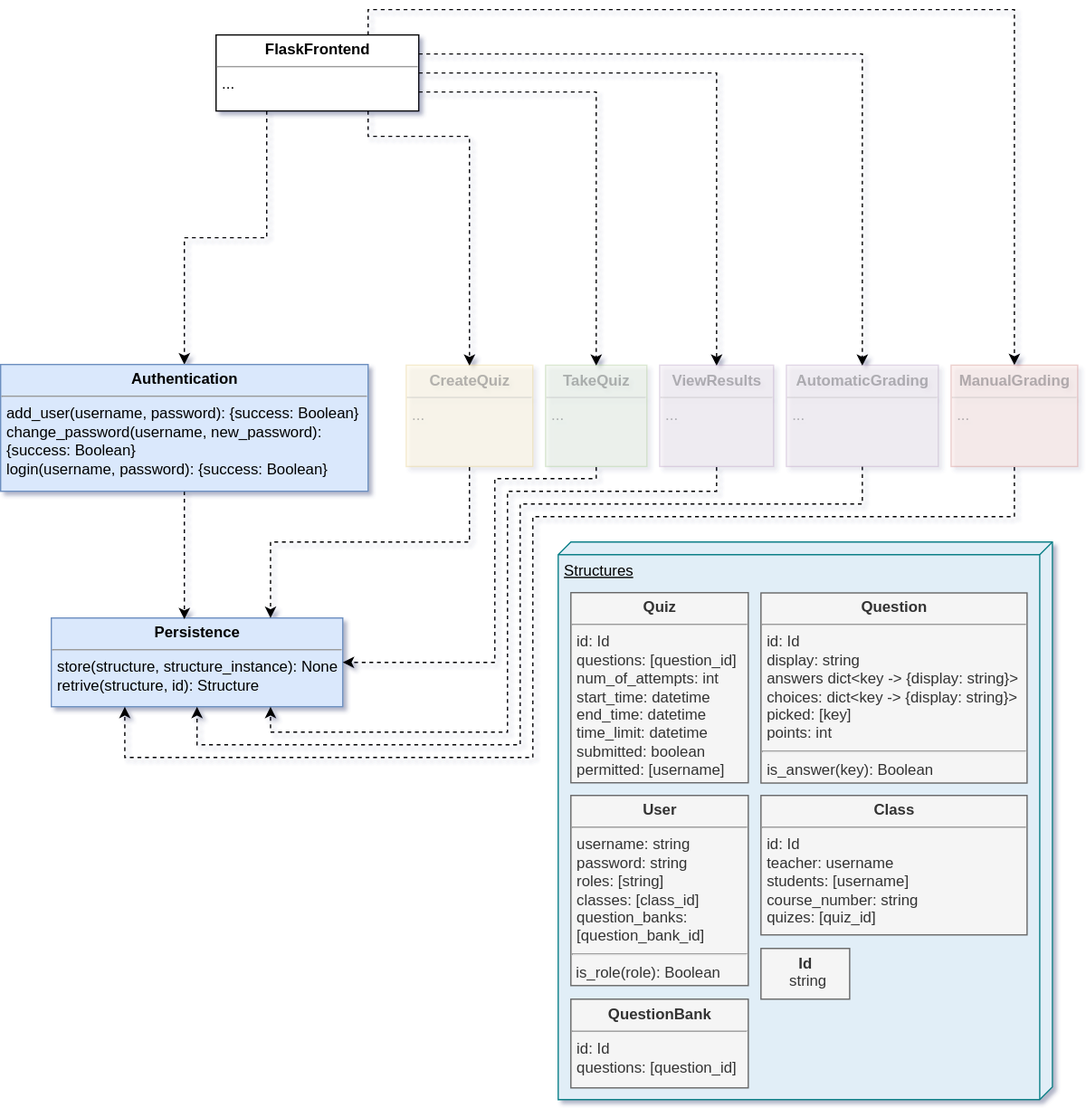
This is docs/uml-ish-diag.svg from KyloMUN/cs2005_group_project, a draw.io export, as it was before one commit. Source tidied: cells renumbered, new cells last; positions are measured from the earlier drawing's top-left corner, leaving out a move shared by most shapes.
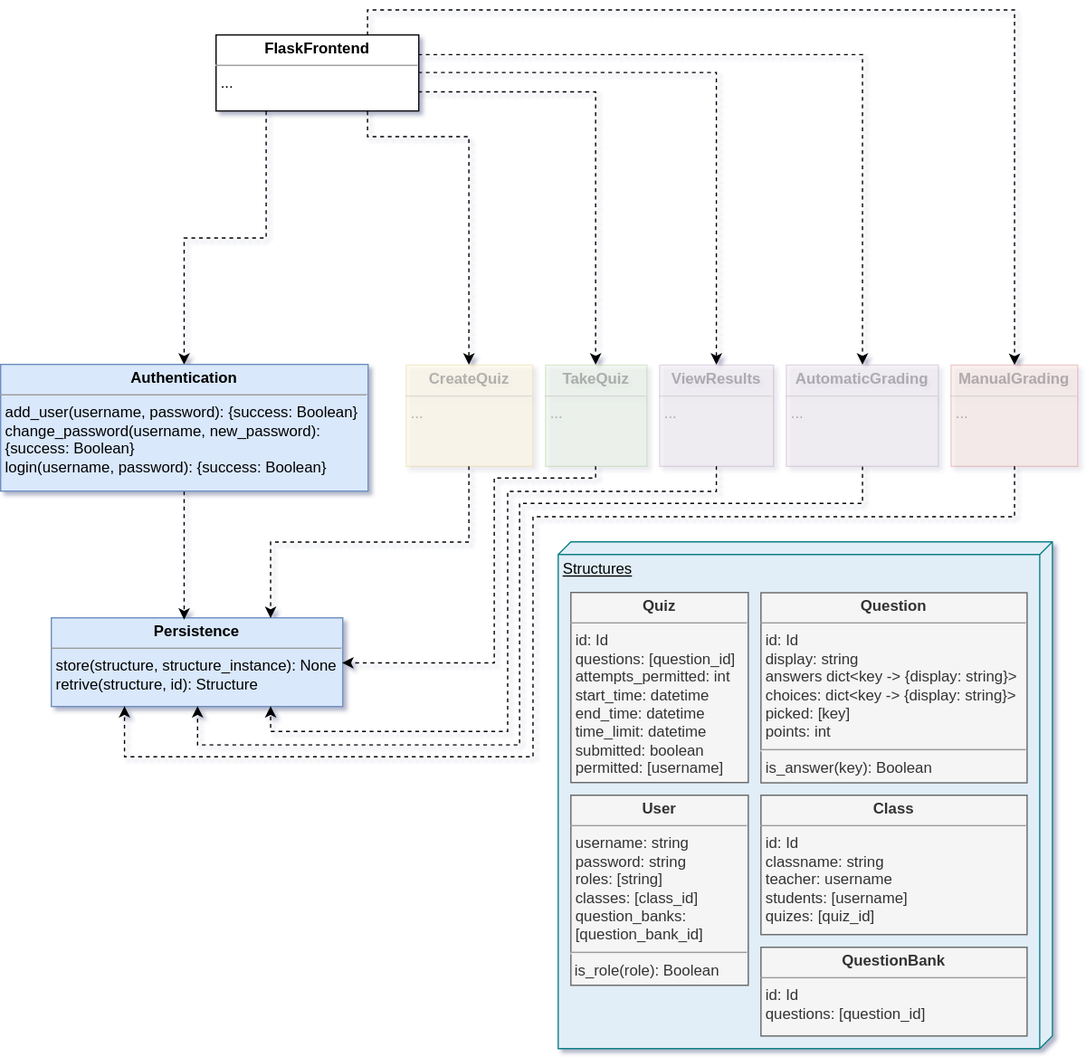
After the commit.

Diff of the diagram source:
```diff
@@ -89,25 +89,22 @@
       <mxGeometry x="750" y="260.5" width="100" height="80" as="geometry" />
     </mxCell>
     <mxCell id="20" value="Structures" style="verticalAlign=top;align=left;spacingTop=8;spacingLeft=2;spacingRight=12;shape=cube;size=10;direction=south;fontStyle=4;html=1;fillColor=#E1EEF7;strokeColor=#0e8088;" parent="1" vertex="1">
-      <mxGeometry x="440" y="400" width="390" height="440" as="geometry" />
+      <mxGeometry x="440" y="400" width="390" height="400" as="geometry" />
     </mxCell>
-    <mxCell id="21" value="&lt;p style=&quot;margin: 0px ; margin-top: 4px ; text-align: center&quot;&gt;&lt;b&gt;Quiz&lt;/b&gt;&lt;/p&gt;&lt;hr size=&quot;1&quot;&gt;&lt;p style=&quot;margin: 0px ; margin-left: 4px&quot;&gt;id: Id&lt;/p&gt;&lt;p style=&quot;margin: 0px ; margin-left: 4px&quot;&gt;questions: [question_id]&lt;/p&gt;&lt;p style=&quot;margin: 0px ; margin-left: 4px&quot;&gt;num_of_attempts: int&lt;/p&gt;&lt;p style=&quot;margin: 0px ; margin-left: 4px&quot;&gt;start_time: datetime&lt;/p&gt;&lt;p style=&quot;margin: 0px ; margin-left: 4px&quot;&gt;end_time: datetime&lt;/p&gt;&lt;p style=&quot;margin: 0px ; margin-left: 4px&quot;&gt;time_limit: datetime&lt;/p&gt;&lt;p style=&quot;margin: 0px ; margin-left: 4px&quot;&gt;submitted: boolean&lt;/p&gt;&lt;p style=&quot;margin: 0px ; margin-left: 4px&quot;&gt;permitted: [username]&lt;/p&gt;" style="verticalAlign=top;align=left;overflow=fill;fontSize=12;fontFamily=Helvetica;html=1;fillColor=#f5f5f5;strokeColor=#666666;fontColor=#333333;" parent="1" vertex="1">
+    <mxCell id="21" value="&lt;p style=&quot;margin: 0px ; margin-top: 4px ; text-align: center&quot;&gt;&lt;b&gt;Quiz&lt;/b&gt;&lt;/p&gt;&lt;hr size=&quot;1&quot;&gt;&lt;p style=&quot;margin: 0px ; margin-left: 4px&quot;&gt;id: Id&lt;/p&gt;&lt;p style=&quot;margin: 0px ; margin-left: 4px&quot;&gt;questions: [question_id]&lt;/p&gt;&lt;p style=&quot;margin: 0px ; margin-left: 4px&quot;&gt;attempts_permitted: int&lt;/p&gt;&lt;p style=&quot;margin: 0px ; margin-left: 4px&quot;&gt;start_time: datetime&lt;/p&gt;&lt;p style=&quot;margin: 0px ; margin-left: 4px&quot;&gt;end_time: datetime&lt;/p&gt;&lt;p style=&quot;margin: 0px ; margin-left: 4px&quot;&gt;time_limit: datetime&lt;/p&gt;&lt;p style=&quot;margin: 0px ; margin-left: 4px&quot;&gt;submitted: boolean&lt;/p&gt;&lt;p style=&quot;margin: 0px ; margin-left: 4px&quot;&gt;permitted: [username]&lt;/p&gt;" style="verticalAlign=top;align=left;overflow=fill;fontSize=12;fontFamily=Helvetica;html=1;fillColor=#f5f5f5;strokeColor=#666666;fontColor=#333333;" parent="1" vertex="1">
       <mxGeometry x="450" y="440" width="140" height="150" as="geometry" />
     </mxCell>
     <mxCell id="22" value="&lt;p style=&quot;margin: 0px ; margin-top: 4px ; text-align: center&quot;&gt;&lt;b&gt;User&lt;/b&gt;&lt;/p&gt;&lt;hr size=&quot;1&quot;&gt;&lt;p style=&quot;margin: 0px ; margin-left: 4px&quot;&gt;&lt;span&gt;username: string&lt;/span&gt;&lt;br&gt;&lt;/p&gt;&lt;p style=&quot;margin: 0px ; margin-left: 4px&quot;&gt;password: string&lt;/p&gt;&lt;p style=&quot;margin: 0px ; margin-left: 4px&quot;&gt;roles: [string]&lt;/p&gt;&lt;p style=&quot;margin: 0px ; margin-left: 4px&quot;&gt;classes: [class_id]&lt;/p&gt;&lt;p style=&quot;margin: 0px ; margin-left: 4px&quot;&gt;question_banks:&lt;/p&gt;&lt;p style=&quot;margin: 0px ; margin-left: 4px&quot;&gt;[question_bank_id]&lt;/p&gt;&lt;hr id=&quot;null&quot;&gt;&amp;nbsp;is_role(role): Boolean" style="verticalAlign=top;align=left;overflow=fill;fontSize=12;fontFamily=Helvetica;html=1;fillColor=#f5f5f5;strokeColor=#666666;fontColor=#333333;" parent="1" vertex="1">
       <mxGeometry x="450" y="600" width="140" height="150" as="geometry" />
     </mxCell>
-    <mxCell id="23" value="&lt;p style=&quot;margin: 0px ; margin-top: 4px ; text-align: center&quot;&gt;&lt;b&gt;Class&lt;/b&gt;&lt;/p&gt;&lt;hr size=&quot;1&quot;&gt;&lt;p style=&quot;margin: 0px ; margin-left: 4px&quot;&gt;id: Id&lt;/p&gt;&lt;p style=&quot;margin: 0px ; margin-left: 4px&quot;&gt;teacher: username&lt;/p&gt;&lt;p style=&quot;margin: 0px ; margin-left: 4px&quot;&gt;students: [username]&lt;/p&gt;&lt;p style=&quot;margin: 0px ; margin-left: 4px&quot;&gt;course_number: string&lt;/p&gt;&lt;p style=&quot;margin: 0px ; margin-left: 4px&quot;&gt;quizes: [quiz_id]&lt;/p&gt;" style="verticalAlign=top;align=left;overflow=fill;fontSize=12;fontFamily=Helvetica;html=1;fillColor=#f5f5f5;strokeColor=#666666;fontColor=#333333;" parent="1" vertex="1">
+    <mxCell id="23" value="&lt;p style=&quot;margin: 0px ; margin-top: 4px ; text-align: center&quot;&gt;&lt;b&gt;Class&lt;/b&gt;&lt;/p&gt;&lt;hr size=&quot;1&quot;&gt;&lt;p style=&quot;margin: 0px ; margin-left: 4px&quot;&gt;id: Id&lt;/p&gt;&lt;p style=&quot;margin: 0px ; margin-left: 4px&quot;&gt;classname: string&lt;/p&gt;&lt;p style=&quot;margin: 0px ; margin-left: 4px&quot;&gt;teacher: username&lt;/p&gt;&lt;p style=&quot;margin: 0px ; margin-left: 4px&quot;&gt;students: [username]&lt;/p&gt;&lt;p style=&quot;margin: 0px ; margin-left: 4px&quot;&gt;quizes: [quiz_id]&lt;/p&gt;" style="verticalAlign=top;align=left;overflow=fill;fontSize=12;fontFamily=Helvetica;html=1;fillColor=#f5f5f5;strokeColor=#666666;fontColor=#333333;" parent="1" vertex="1">
       <mxGeometry x="600" y="600" width="210" height="110" as="geometry" />
     </mxCell>
-    <mxCell id="24" value="&lt;p style=&quot;text-align: center ; margin: 4px 0px 0px&quot;&gt;&lt;b&gt;Id&lt;/b&gt;&lt;/p&gt;&lt;p style=&quot;text-align: center ; margin: 0px 0px 0px 4px&quot;&gt;string&lt;/p&gt;" style="verticalAlign=top;align=left;overflow=fill;fontSize=12;fontFamily=Helvetica;html=1;fillColor=#f5f5f5;strokeColor=#666666;fontColor=#333333;" parent="1" vertex="1">
-      <mxGeometry x="600" y="720.7" width="70" height="40" as="geometry" />
-    </mxCell>
     <mxCell id="25" value="&lt;p style=&quot;margin: 0px ; margin-top: 4px ; text-align: center&quot;&gt;&lt;b&gt;Question&lt;/b&gt;&lt;/p&gt;&lt;hr size=&quot;1&quot;&gt;&lt;p style=&quot;margin: 0px ; margin-left: 4px&quot;&gt;id: Id&lt;/p&gt;&lt;p style=&quot;margin: 0px ; margin-left: 4px&quot;&gt;display: string&lt;/p&gt;&lt;p style=&quot;margin: 0px ; margin-left: 4px&quot;&gt;answers dict&amp;lt;key -&amp;gt; {display: string}&amp;gt;&lt;/p&gt;&lt;p style=&quot;margin: 0px ; margin-left: 4px&quot;&gt;choices: dict&amp;lt;key -&amp;gt; {display: string}&amp;gt;&lt;/p&gt;&lt;p style=&quot;margin: 0px ; margin-left: 4px&quot;&gt;picked: [key]&lt;/p&gt;&lt;p style=&quot;margin: 0px ; margin-left: 4px&quot;&gt;&lt;span&gt;points: int&lt;/span&gt;&lt;/p&gt;&lt;hr id=&quot;null&quot;&gt;&lt;p style=&quot;margin: 0px ; margin-left: 4px&quot;&gt;is_answer(key): Boolean&lt;/p&gt;&lt;p style=&quot;margin: 0px ; margin-left: 4px&quot;&gt;&lt;br&gt;&lt;/p&gt;" style="verticalAlign=top;align=left;overflow=fill;fontSize=12;fontFamily=Helvetica;html=1;fillColor=#f5f5f5;strokeColor=#666666;fontColor=#333333;" parent="1" vertex="1">
       <mxGeometry x="600" y="440.2" width="210" height="150" as="geometry" />
     </mxCell>
     <mxCell id="26" value="&lt;p style=&quot;margin: 0px ; margin-top: 4px ; text-align: center&quot;&gt;&lt;b&gt;QuestionBank&lt;/b&gt;&lt;/p&gt;&lt;hr size=&quot;1&quot;&gt;&lt;p style=&quot;margin: 0px ; margin-left: 4px&quot;&gt;id: Id&lt;/p&gt;&lt;p style=&quot;margin: 0px ; margin-left: 4px&quot;&gt;questions: [question_id]&lt;/p&gt;" style="verticalAlign=top;align=left;overflow=fill;fontSize=12;fontFamily=Helvetica;html=1;fillColor=#f5f5f5;strokeColor=#666666;fontColor=#333333;" parent="1" vertex="1">
-      <mxGeometry x="450" y="760.7" width="140" height="70" as="geometry" />
+      <mxGeometry x="600" y="720" width="210" height="70" as="geometry" />
     </mxCell>
     <mxCell id="27" style="edgeStyle=orthogonalEdgeStyle;rounded=0;jettySize=auto;html=1;exitX=0.5;exitY=1;exitDx=0;exitDy=0;entryX=0.457;entryY=0.014;entryDx=0;entryDy=0;entryPerimeter=0;dashed=1;" parent="1" edge="1" source="28" target="9">
       <mxGeometry relative="1" as="geometry" />
```
